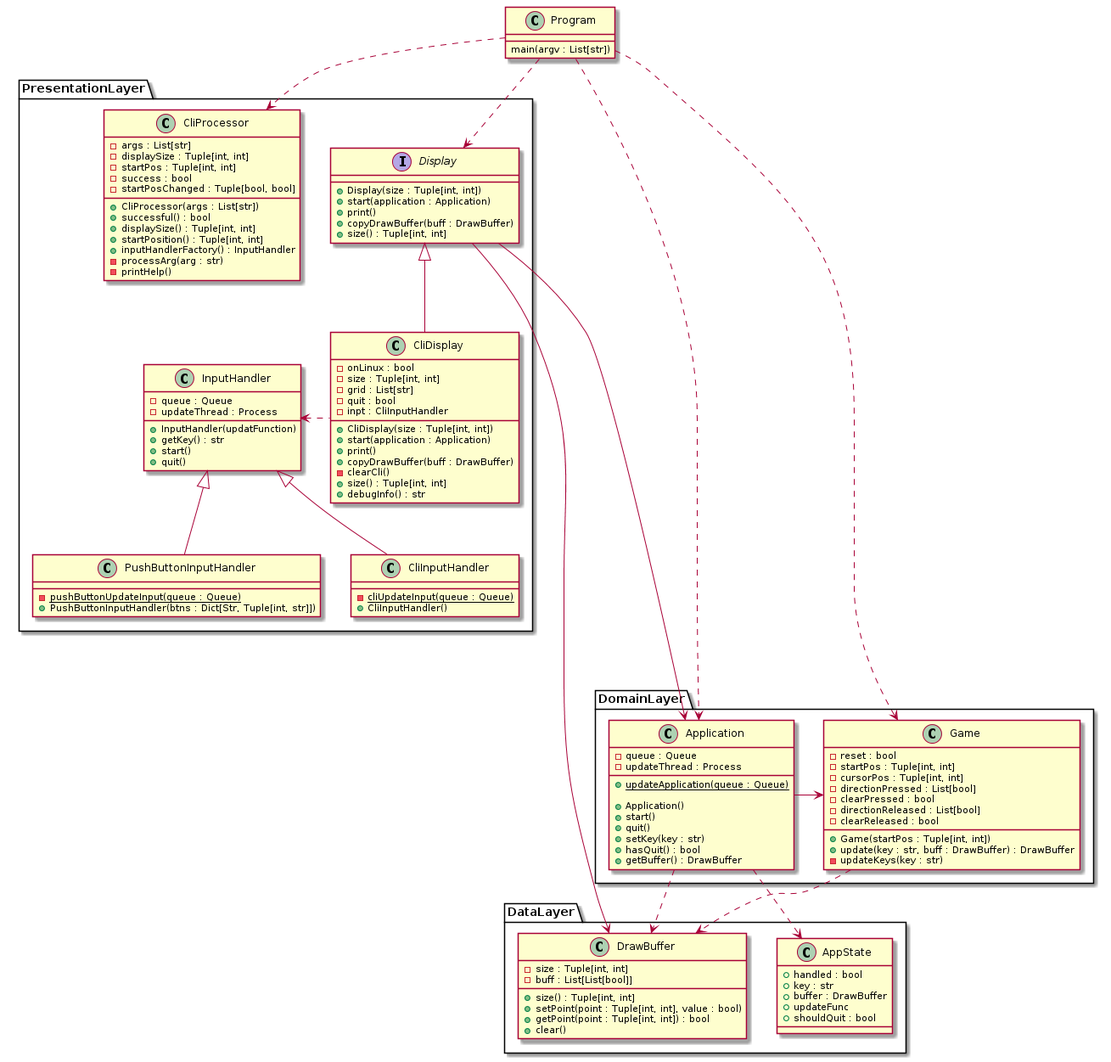
This is hw02/docs/etch-a-sketch-class.png from blueOkiris/EmbeddedLinuxClass, a PlantUML export, as it was before one commit.
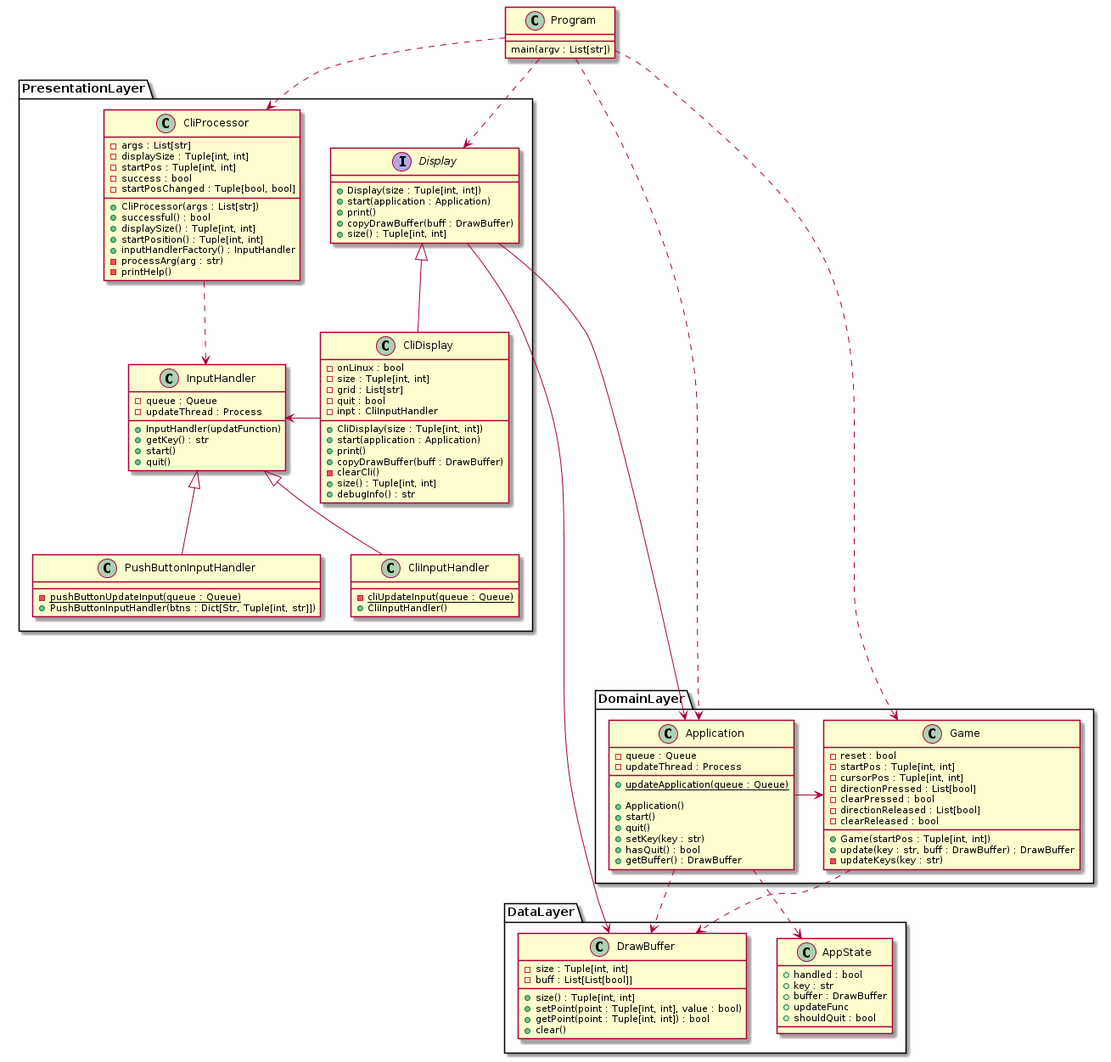
Later version of the same file.

Commit message:
Updated class diagram

The edit, as a diff of the source:
```diff
@@ -65,7 +65,8 @@
         + CliInputHandler()
     }
 
-    CliDisplay .l.> InputHandler
+    CliProcessor ..> InputHandler
+    CliDisplay -l-> InputHandler
     CliDisplay -u-|> Display
     CliInputHandler -u-|> InputHandler
     PushButtonInputHandler -u-|> InputHandler
```
